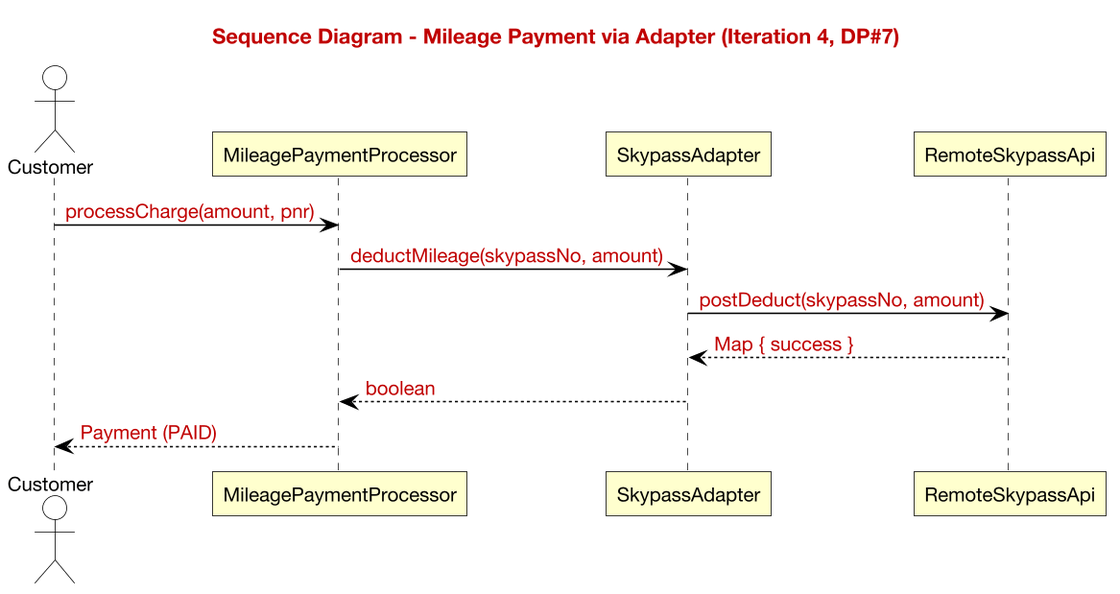
Above: docs/diagrams/iter4-puml/behav/sequence-mileage-adapter.png in gimjungwook/KoreanAirReservationDomain (PlantUML), before the change.
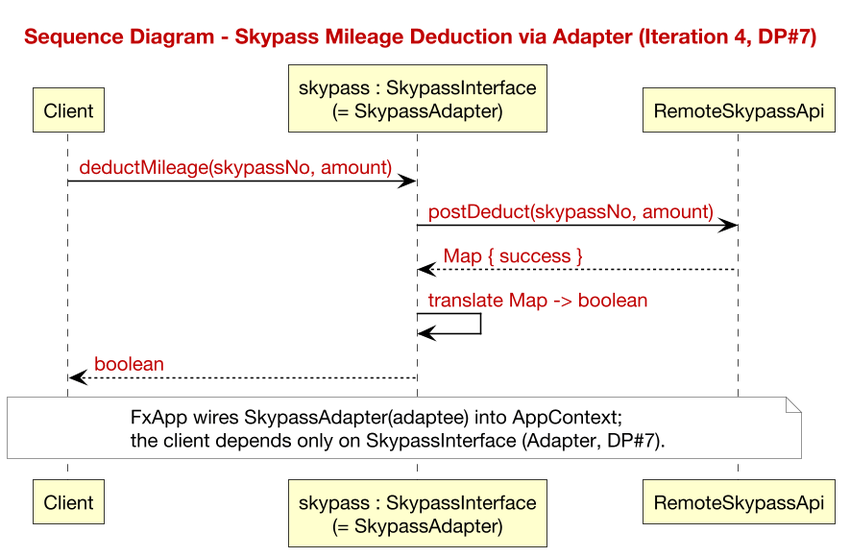
Later version of the same file.

The edit, as a diff of the source:
```diff
@@ -22,15 +22,14 @@
 skinparam noteBackgroundColor #FFFFFF
 skinparam noteBorderColor #777777
 
-title <color:#C00000>Sequence Diagram - Mileage Payment via Adapter (Iteration 4, DP#7)</color>
-actor Customer
-participant MileagePaymentProcessor as MPP
-participant SkypassAdapter as ADP
-participant RemoteSkypassApi as API
-Customer -> MPP : <color:#C00000>processCharge(amount, pnr)</color>
-MPP -> ADP : <color:#C00000>deductMileage(skypassNo, amount)</color>
+title <color:#C00000>Sequence Diagram - Skypass Mileage Deduction via Adapter (Iteration 4, DP#7)</color>
+participant "Client" as CL
+participant "skypass : SkypassInterface\n(= SkypassAdapter)" as ADP
+participant "RemoteSkypassApi" as API
+CL -> ADP : <color:#C00000>deductMileage(skypassNo, amount)</color>
 ADP -> API : <color:#C00000>postDeduct(skypassNo, amount)</color>
 API --> ADP : <color:#C00000>Map { success }</color>
-ADP --> MPP : <color:#C00000>boolean</color>
-MPP --> Customer : <color:#C00000>Payment (PAID)</color>
+ADP -> ADP : <color:#C00000>translate Map -> boolean</color>
+ADP --> CL : <color:#C00000>boolean</color>
+note over CL, API : FxApp wires SkypassAdapter(adaptee) into AppContext;\nthe client depends only on SkypassInterface (Adapter, DP#7).
 @enduml
```
